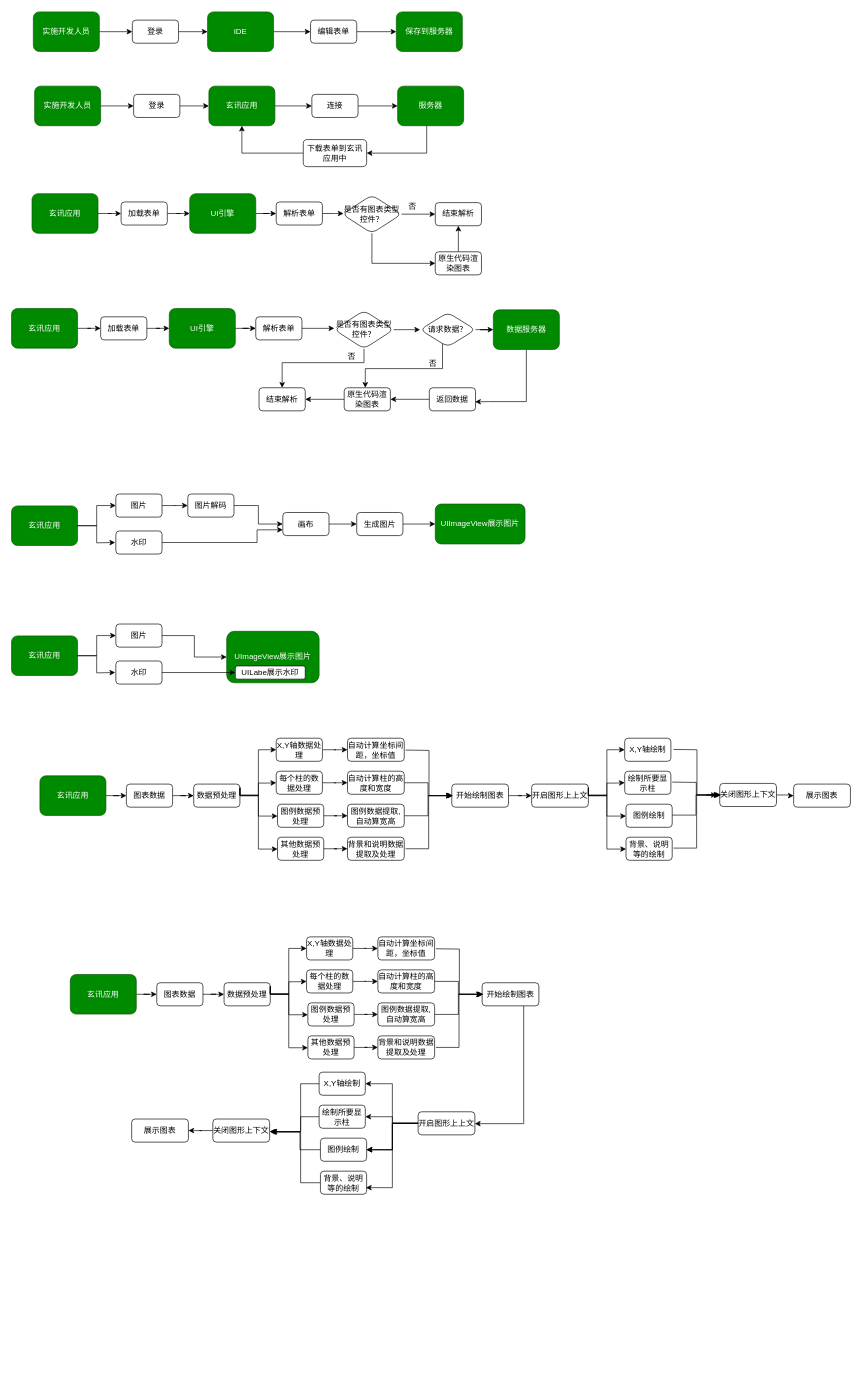
Above: Untitled Diagram.drawio in codeYMF/UML (draw.io), before the change. Source tidied: cells renumbered, new cells numbered last; positions are measured from the earlier drawing's top-left corner, leaving out a move shared by most shapes. Both pictures are drawn from the tidied source at 66%, with x=0, y=0 at pixel (11, 11).
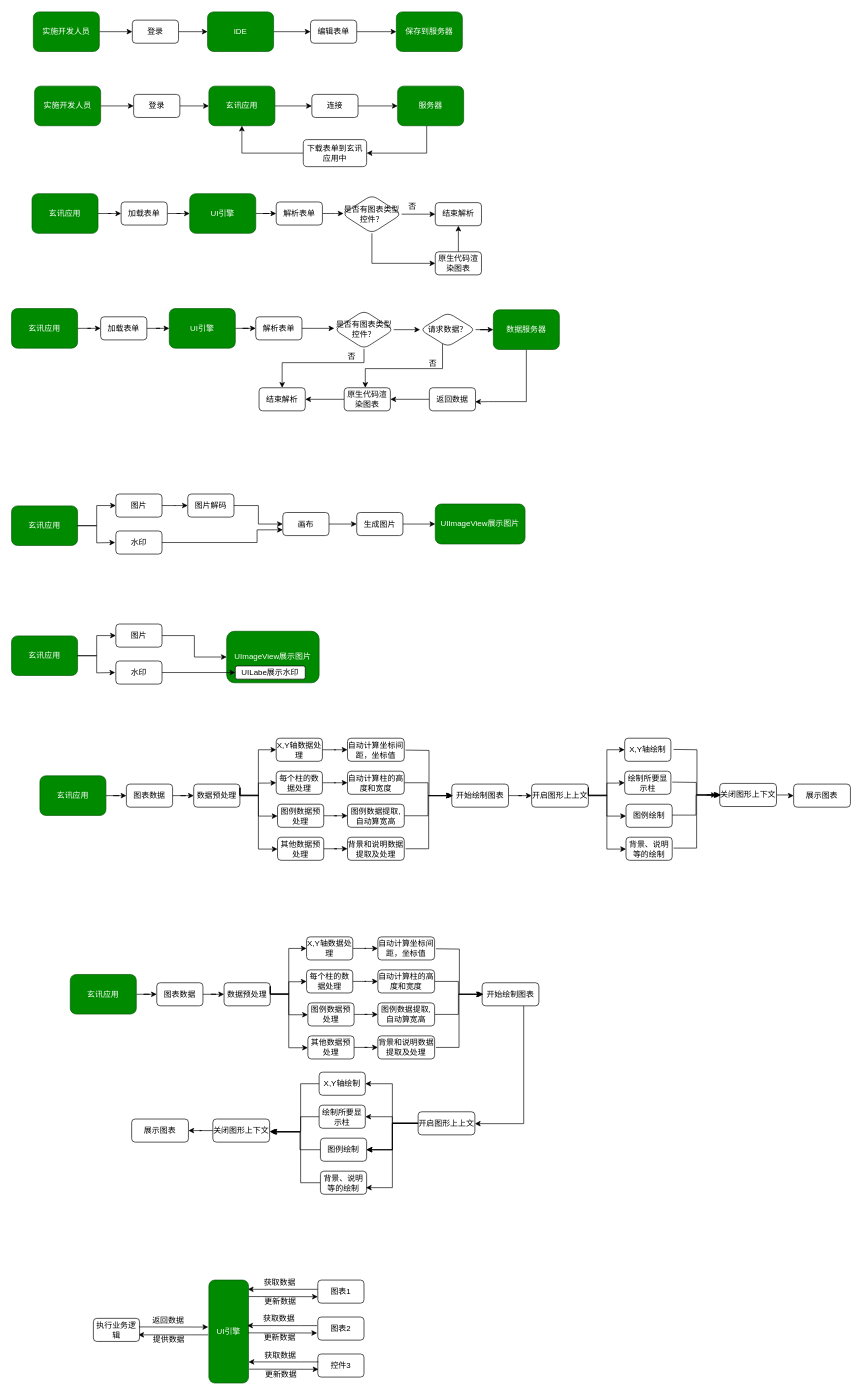
Above is the later version.

What changed in the source:
```diff
@@
+    <mxCell id="173" style="edgeStyle=orthogonalEdgeStyle;rounded=0;orthogonalLoop=1;jettySize=auto;html=1;entryX=0.983;entryY=0.801;entryDx=0;entryDy=0;entryPerimeter=0;" parent="1" edge="1">
+      <mxGeometry relative="1" as="geometry">
+        <mxPoint x="464" y="1936" as="sourcePoint" />
+        <mxPoint x="358" y="1936" as="targetPoint" />
+        <Array as="points">
+          <mxPoint x="437" y="1936" />
+          <mxPoint x="437" y="1936" />
+        </Array>
+      </mxGeometry>
+    </mxCell>
+    <mxCell id="174" value="图表1" style="whiteSpace=wrap;html=1;rounded=1;" parent="1" vertex="1">
+      <mxGeometry x="464" y="1922" width="70" height="35" as="geometry" />
+    </mxCell>
+    <mxCell id="175" value="图表2" style="whiteSpace=wrap;html=1;rounded=1;" parent="1" vertex="1">
+      <mxGeometry x="464" y="1978" width="70" height="35" as="geometry" />
+    </mxCell>
+    <mxCell id="176" style="edgeStyle=orthogonalEdgeStyle;rounded=0;orthogonalLoop=1;jettySize=auto;html=1;entryX=0;entryY=0.75;entryDx=0;entryDy=0;" parent="1" edge="1">
+      <mxGeometry relative="1" as="geometry">
+        <mxPoint x="359" y="1947" as="sourcePoint" />
+        <mxPoint x="464" y="1947.2" as="targetPoint" />
+        <Array as="points">
+          <mxPoint x="379" y="1947" />
+          <mxPoint x="379" y="1947" />
+        </Array>
+      </mxGeometry>
+    </mxCell>
+    <mxCell id="177" value="UI引擎" style="whiteSpace=wrap;html=1;fontSize=12;glass=0;strokeWidth=1;shadow=0;direction=west;flipH=1;fillColor=#008a00;strokeColor=#005700;fontColor=#ffffff;rounded=1;" parent="1" vertex="1">
+      <mxGeometry x="299" y="1922" width="60" height="156" as="geometry" />
+    </mxCell>
+    <mxCell id="178" value="控件3" style="whiteSpace=wrap;html=1;rounded=1;" parent="1" vertex="1">
+      <mxGeometry x="464" y="2034" width="70" height="35" as="geometry" />
+    </mxCell>
+    <mxCell id="179" value="获取数据" style="text;html=1;align=center;verticalAlign=middle;" parent="1" vertex="1">
+      <mxGeometry x="377" y="1917" width="58" height="18" as="geometry" />
+    </mxCell>
+    <mxCell id="180" value="更新数据" style="text;html=1;align=center;verticalAlign=middle;" parent="1" vertex="1">
+      <mxGeometry x="378" y="1946" width="58" height="18" as="geometry" />
+    </mxCell>
+    <mxCell id="181" style="edgeStyle=orthogonalEdgeStyle;rounded=0;orthogonalLoop=1;jettySize=auto;html=1;entryX=0.983;entryY=0.801;entryDx=0;entryDy=0;entryPerimeter=0;" parent="1" edge="1">
+      <mxGeometry relative="1" as="geometry">
+        <mxPoint x="298" y="2005" as="sourcePoint" />
+        <mxPoint x="192" y="2005" as="targetPoint" />
+        <Array as="points">
+          <mxPoint x="271" y="2005" />
+          <mxPoint x="271" y="2005" />
+        </Array>
+      </mxGeometry>
+    </mxCell>
+    <mxCell id="182" value="执行业务逻辑" style="whiteSpace=wrap;html=1;rounded=1;" parent="1" vertex="1">
+      <mxGeometry x="124" y="1980" width="70" height="35" as="geometry" />
+    </mxCell>
+    <mxCell id="183" style="edgeStyle=orthogonalEdgeStyle;rounded=0;orthogonalLoop=1;jettySize=auto;html=1;entryX=0;entryY=0.75;entryDx=0;entryDy=0;" parent="1" edge="1">
+      <mxGeometry relative="1" as="geometry">
+        <mxPoint x="193" y="1993" as="sourcePoint" />
+        <mxPoint x="298" y="1993.2" as="targetPoint" />
+        <Array as="points">
+          <mxPoint x="213" y="1993" />
+          <mxPoint x="213" y="1993" />
+        </Array>
+      </mxGeometry>
+    </mxCell>
+    <mxCell id="184" value="返回数据" style="text;html=1;align=center;verticalAlign=middle;" parent="1" vertex="1">
+      <mxGeometry x="208" y="1974" width="58" height="18" as="geometry" />
+    </mxCell>
+    <mxCell id="185" value="提供数据" style="text;html=1;align=center;verticalAlign=middle;" parent="1" vertex="1">
+      <mxGeometry x="209" y="2003" width="58" height="18" as="geometry" />
+    </mxCell>
+    <mxCell id="186" style="edgeStyle=orthogonalEdgeStyle;rounded=0;orthogonalLoop=1;jettySize=auto;html=1;entryX=0.983;entryY=0.801;entryDx=0;entryDy=0;entryPerimeter=0;" parent="1" edge="1">
+      <mxGeometry relative="1" as="geometry">
+        <mxPoint x="463" y="1991" as="sourcePoint" />
+        <mxPoint x="357" y="1991" as="targetPoint" />
+        <Array as="points">
+          <mxPoint x="436" y="1991" />
+          <mxPoint x="436" y="1991" />
+        </Array>
+      </mxGeometry>
+    </mxCell>
+    <mxCell id="187" style="edgeStyle=orthogonalEdgeStyle;rounded=0;orthogonalLoop=1;jettySize=auto;html=1;entryX=0;entryY=0.75;entryDx=0;entryDy=0;" parent="1" edge="1">
+      <mxGeometry relative="1" as="geometry">
+        <mxPoint x="358" y="2002" as="sourcePoint" />
+        <mxPoint x="463" y="2002.2" as="targetPoint" />
+        <Array as="points">
+          <mxPoint x="378" y="2002" />
+          <mxPoint x="378" y="2002" />
+        </Array>
+      </mxGeometry>
+    </mxCell>
+    <mxCell id="188" value="获取数据" style="text;html=1;align=center;verticalAlign=middle;" parent="1" vertex="1">
+      <mxGeometry x="376" y="1972" width="58" height="18" as="geometry" />
+    </mxCell>
+    <mxCell id="189" value="更新数据" style="text;html=1;align=center;verticalAlign=middle;" parent="1" vertex="1">
+      <mxGeometry x="377" y="2001" width="58" height="18" as="geometry" />
+    </mxCell>
+    <mxCell id="190" style="edgeStyle=orthogonalEdgeStyle;rounded=0;orthogonalLoop=1;jettySize=auto;html=1;entryX=0.983;entryY=0.801;entryDx=0;entryDy=0;entryPerimeter=0;" parent="1" edge="1">
+      <mxGeometry relative="1" as="geometry">
+        <mxPoint x="465" y="2046" as="sourcePoint" />
+        <mxPoint x="359" y="2046" as="targetPoint" />
+        <Array as="points">
+          <mxPoint x="438" y="2046" />
+          <mxPoint x="438" y="2046" />
+        </Array>
+      </mxGeometry>
+    </mxCell>
+    <mxCell id="191" style="edgeStyle=orthogonalEdgeStyle;rounded=0;orthogonalLoop=1;jettySize=auto;html=1;entryX=0;entryY=0.75;entryDx=0;entryDy=0;" parent="1" edge="1">
+      <mxGeometry relative="1" as="geometry">
+        <mxPoint x="360" y="2057" as="sourcePoint" />
+        <mxPoint x="465" y="2057.2" as="targetPoint" />
+        <Array as="points">
+          <mxPoint x="380" y="2057" />
+          <mxPoint x="380" y="2057" />
+        </Array>
+      </mxGeometry>
+    </mxCell>
+    <mxCell id="192" value="获取数据" style="text;html=1;align=center;verticalAlign=middle;" parent="1" vertex="1">
+      <mxGeometry x="378" y="2027" width="58" height="18" as="geometry" />
+    </mxCell>
+    <mxCell id="193" value="更新数据" style="text;html=1;align=center;verticalAlign=middle;" parent="1" vertex="1">
+      <mxGeometry x="379" y="2056" width="58" height="18" as="geometry" />
+    </mxCell>
```
